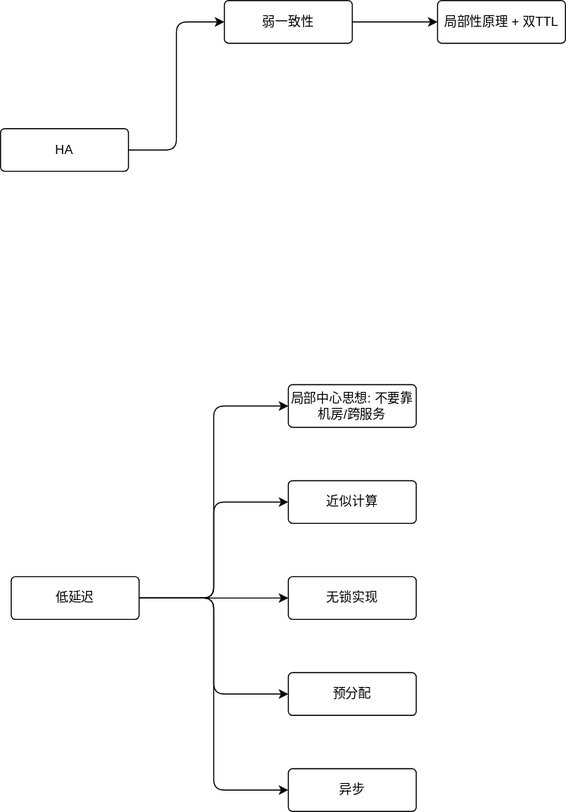
This is diagrams/dist/08.dist-ha.svg from Alice52/diagrams, a draw.io export, as it was before one commit. Source tidied: cells renumbered, new cells last; positions are measured from the earlier drawing's top-left corner, leaving out a move shared by most shapes. The source it was exported from:
```xml
<mxGraphModel>
  <root>
    <mxCell id="0" />
    <mxCell id="1" parent="0" />
    <mxCell id="2" style="edgeStyle=orthogonalEdgeStyle;rounded=1;jettySize=auto;html=1;entryX=0;entryY=0.5;entryDx=0;entryDy=0;" parent="1" edge="1" source="3" target="5">
      <mxGeometry relative="1" as="geometry" />
    </mxCell>
    <mxCell id="3" value="HA" style="rounded=1;whiteSpace=wrap;html=1;arcSize=10;" parent="1" vertex="1">
      <mxGeometry y="120" width="120" height="40" as="geometry" />
    </mxCell>
    <mxCell id="4" style="edgeStyle=orthogonalEdgeStyle;rounded=0;jettySize=auto;html=1;" parent="1" edge="1" source="5" target="6">
      <mxGeometry relative="1" as="geometry" />
    </mxCell>
    <mxCell id="5" value="弱一致性" style="rounded=1;whiteSpace=wrap;html=1;arcSize=10;" parent="1" vertex="1">
      <mxGeometry x="210" width="120" height="40" as="geometry" />
    </mxCell>
    <mxCell id="6" value="局部性原理 + 双TTL" style="rounded=1;whiteSpace=wrap;html=1;arcSize=10;" parent="1" vertex="1">
      <mxGeometry x="410" width="120" height="40" as="geometry" />
    </mxCell>
    <mxCell id="7" style="edgeStyle=orthogonalEdgeStyle;rounded=1;jettySize=auto;html=1;entryX=0;entryY=0.5;entryDx=0;entryDy=0;" parent="1" edge="1" source="12" target="13">
      <mxGeometry relative="1" as="geometry" />
    </mxCell>
    <mxCell id="8" style="edgeStyle=orthogonalEdgeStyle;rounded=1;jettySize=auto;html=1;entryX=0;entryY=0.5;entryDx=0;entryDy=0;" parent="1" edge="1" source="12" target="14">
      <mxGeometry relative="1" as="geometry" />
    </mxCell>
    <mxCell id="9" style="edgeStyle=orthogonalEdgeStyle;rounded=1;jettySize=auto;html=1;entryX=0;entryY=0.5;entryDx=0;entryDy=0;" parent="1" edge="1" source="12" target="15">
      <mxGeometry relative="1" as="geometry" />
    </mxCell>
    <mxCell id="10" style="edgeStyle=orthogonalEdgeStyle;rounded=1;jettySize=auto;html=1;entryX=0;entryY=0.5;entryDx=0;entryDy=0;" parent="1" edge="1" source="12" target="16">
      <mxGeometry relative="1" as="geometry" />
    </mxCell>
    <mxCell id="11" style="edgeStyle=orthogonalEdgeStyle;rounded=1;jettySize=auto;html=1;entryX=0;entryY=0.5;entryDx=0;entryDy=0;" parent="1" edge="1" source="12" target="17">
      <mxGeometry relative="1" as="geometry" />
    </mxCell>
    <mxCell id="12" value="低延迟" style="rounded=1;whiteSpace=wrap;html=1;arcSize=10;" parent="1" vertex="1">
      <mxGeometry x="10" y="540" width="120" height="40" as="geometry" />
    </mxCell>
    <mxCell id="13" value="局部中心思想: 不要靠机房/跨服务" style="rounded=1;whiteSpace=wrap;html=1;arcSize=10;" parent="1" vertex="1">
      <mxGeometry x="270" y="360" width="120" height="40" as="geometry" />
    </mxCell>
    <mxCell id="14" value="近似计算" style="rounded=1;whiteSpace=wrap;html=1;arcSize=10;" parent="1" vertex="1">
      <mxGeometry x="270" y="450" width="120" height="40" as="geometry" />
    </mxCell>
    <mxCell id="15" value="无锁实现" style="rounded=1;whiteSpace=wrap;html=1;arcSize=10;" parent="1" vertex="1">
      <mxGeometry x="270" y="540" width="120" height="40" as="geometry" />
    </mxCell>
    <mxCell id="16" value="预分配" style="rounded=1;whiteSpace=wrap;html=1;arcSize=10;" parent="1" vertex="1">
      <mxGeometry x="270" y="630" width="120" height="40" as="geometry" />
    </mxCell>
    <mxCell id="17" value="异步" style="rounded=1;whiteSpace=wrap;html=1;arcSize=10;" parent="1" vertex="1">
      <mxGeometry x="270" y="720" width="120" height="40" as="geometry" />
    </mxCell>
  </root>
</mxGraphModel>
```
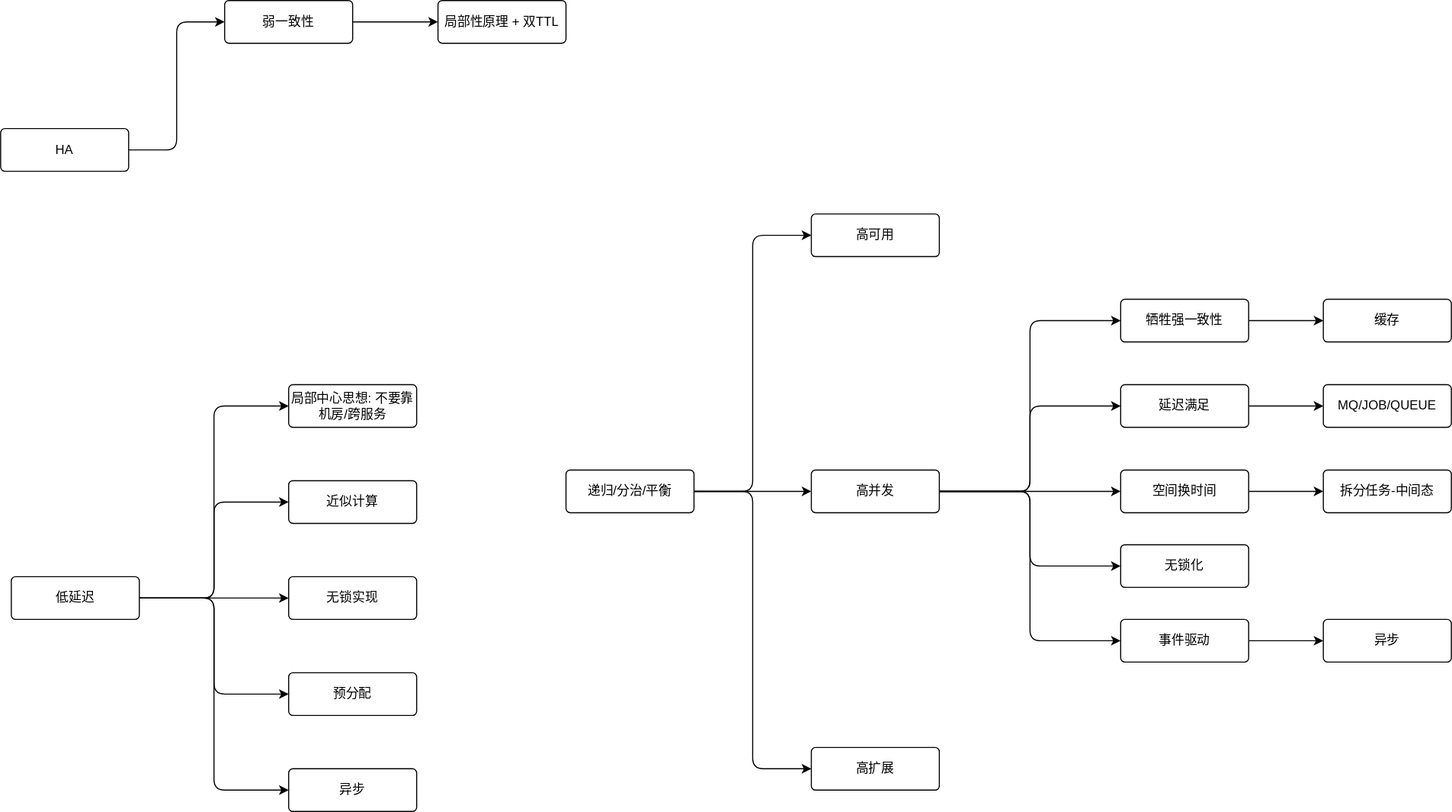
Later version of the same file.

Diff of the diagram source:
```diff
@@ -50,5 +50,80 @@
     <mxCell id="17" value="异步" style="rounded=1;whiteSpace=wrap;html=1;arcSize=10;" parent="1" vertex="1">
       <mxGeometry x="270" y="720" width="120" height="40" as="geometry" />
     </mxCell>
+    <mxCell id="18" style="edgeStyle=orthogonalEdgeStyle;html=1;entryX=0;entryY=0.5;entryDx=0;entryDy=0;" parent="1" edge="1" source="23" target="27">
+      <mxGeometry relative="1" as="geometry" />
+    </mxCell>
+    <mxCell id="19" style="edgeStyle=orthogonalEdgeStyle;html=1;entryX=0;entryY=0.5;entryDx=0;entryDy=0;" parent="1" edge="1" source="23" target="29">
+      <mxGeometry relative="1" as="geometry" />
+    </mxCell>
+    <mxCell id="20" style="edgeStyle=orthogonalEdgeStyle;html=1;exitX=1;exitY=0.5;exitDx=0;exitDy=0;entryX=0;entryY=0.5;entryDx=0;entryDy=0;" parent="1" edge="1" source="23" target="31">
+      <mxGeometry relative="1" as="geometry" />
+    </mxCell>
+    <mxCell id="21" style="edgeStyle=orthogonalEdgeStyle;html=1;entryX=0;entryY=0.5;entryDx=0;entryDy=0;" parent="1" edge="1" source="23" target="34">
+      <mxGeometry relative="1" as="geometry" />
+    </mxCell>
+    <mxCell id="22" style="edgeStyle=orthogonalEdgeStyle;html=1;exitX=1;exitY=0.5;exitDx=0;exitDy=0;entryX=0;entryY=0.5;entryDx=0;entryDy=0;" parent="1" edge="1" source="23" target="36">
+      <mxGeometry relative="1" as="geometry" />
+    </mxCell>
+    <mxCell id="23" value="高并发" style="rounded=1;whiteSpace=wrap;html=1;arcSize=10;" parent="1" vertex="1">
+      <mxGeometry x="760" y="440" width="120" height="40" as="geometry" />
+    </mxCell>
+    <mxCell id="24" value="高扩展" style="rounded=1;whiteSpace=wrap;html=1;arcSize=10;" parent="1" vertex="1">
+      <mxGeometry x="760" y="700" width="120" height="40" as="geometry" />
+    </mxCell>
+    <mxCell id="25" value="高可用" style="rounded=1;whiteSpace=wrap;html=1;arcSize=10;" parent="1" vertex="1">
+      <mxGeometry x="760" y="200" width="120" height="40" as="geometry" />
+    </mxCell>
+    <mxCell id="26" style="edgeStyle=none;html=1;entryX=0;entryY=0.5;entryDx=0;entryDy=0;" parent="1" edge="1" source="27" target="32">
+      <mxGeometry relative="1" as="geometry" />
+    </mxCell>
+    <mxCell id="27" value="牺牲强一致性" style="rounded=1;whiteSpace=wrap;html=1;arcSize=10;" parent="1" vertex="1">
+      <mxGeometry x="1050" y="280" width="120" height="40" as="geometry" />
+    </mxCell>
+    <mxCell id="28" style="edgeStyle=none;html=1;entryX=0;entryY=0.5;entryDx=0;entryDy=0;" parent="1" edge="1" source="29" target="33">
+      <mxGeometry relative="1" as="geometry" />
+    </mxCell>
+    <mxCell id="29" value="延迟满足" style="rounded=1;whiteSpace=wrap;html=1;arcSize=10;" parent="1" vertex="1">
+      <mxGeometry x="1050" y="360" width="120" height="40" as="geometry" />
+    </mxCell>
+    <mxCell id="30" style="edgeStyle=none;html=1;entryX=0;entryY=0.5;entryDx=0;entryDy=0;" parent="1" edge="1" source="31" target="42">
+      <mxGeometry relative="1" as="geometry" />
+    </mxCell>
+    <mxCell id="31" value="空间换时间" style="rounded=1;whiteSpace=wrap;html=1;arcSize=10;" parent="1" vertex="1">
+      <mxGeometry x="1050" y="440" width="120" height="40" as="geometry" />
+    </mxCell>
+    <mxCell id="32" value="缓存" style="rounded=1;whiteSpace=wrap;html=1;arcSize=10;" parent="1" vertex="1">
+      <mxGeometry x="1240" y="280" width="120" height="40" as="geometry" />
+    </mxCell>
+    <mxCell id="33" value="MQ/JOB/QUEUE" style="rounded=1;whiteSpace=wrap;html=1;arcSize=10;" parent="1" vertex="1">
+      <mxGeometry x="1240" y="360" width="120" height="40" as="geometry" />
+    </mxCell>
+    <mxCell id="34" value="无锁化" style="rounded=1;whiteSpace=wrap;html=1;arcSize=10;" parent="1" vertex="1">
+      <mxGeometry x="1050" y="510" width="120" height="40" as="geometry" />
+    </mxCell>
+    <mxCell id="35" style="edgeStyle=none;html=1;" parent="1" edge="1" source="36" target="37">
+      <mxGeometry relative="1" as="geometry" />
+    </mxCell>
+    <mxCell id="36" value="事件驱动" style="rounded=1;whiteSpace=wrap;html=1;arcSize=10;" parent="1" vertex="1">
+      <mxGeometry x="1050" y="580" width="120" height="40" as="geometry" />
+    </mxCell>
+    <mxCell id="37" value="异步" style="rounded=1;whiteSpace=wrap;html=1;arcSize=10;" parent="1" vertex="1">
+      <mxGeometry x="1240" y="580" width="120" height="40" as="geometry" />
+    </mxCell>
+    <mxCell id="38" style="edgeStyle=orthogonalEdgeStyle;html=1;entryX=0;entryY=0.5;entryDx=0;entryDy=0;" parent="1" edge="1" source="41" target="25">
+      <mxGeometry relative="1" as="geometry" />
+    </mxCell>
+    <mxCell id="39" style="edgeStyle=orthogonalEdgeStyle;html=1;exitX=1;exitY=0.5;exitDx=0;exitDy=0;entryX=0;entryY=0.5;entryDx=0;entryDy=0;" parent="1" edge="1" source="41" target="23">
+      <mxGeometry relative="1" as="geometry" />
+    </mxCell>
+    <mxCell id="40" style="edgeStyle=orthogonalEdgeStyle;html=1;exitX=1;exitY=0.5;exitDx=0;exitDy=0;entryX=0;entryY=0.5;entryDx=0;entryDy=0;" parent="1" edge="1" source="41" target="24">
+      <mxGeometry relative="1" as="geometry" />
+    </mxCell>
+    <mxCell id="41" value="递归/分治/平衡" style="rounded=1;whiteSpace=wrap;html=1;arcSize=10;" parent="1" vertex="1">
+      <mxGeometry x="530" y="440" width="120" height="40" as="geometry" />
+    </mxCell>
+    <mxCell id="42" value="拆分任务-中间态" style="rounded=1;whiteSpace=wrap;html=1;arcSize=10;" parent="1" vertex="1">
+      <mxGeometry x="1240" y="440" width="120" height="40" as="geometry" />
+    </mxCell>
   </root>
 </mxGraphModel>
```
